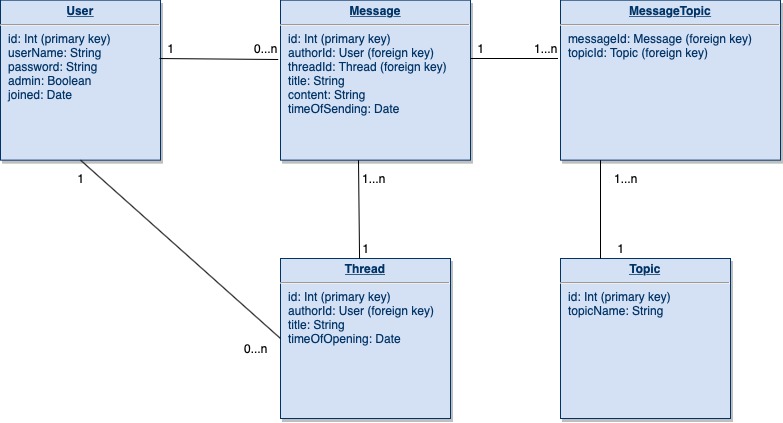
Before: documentation/Tietokantakaavio.png, a diagram exported from draw.io (TommiON/Bulletiini). Source tidied: cells renumbered, new cells last; positions are measured from the earlier drawing's top-left corner, leaving out a move shared by most shapes.
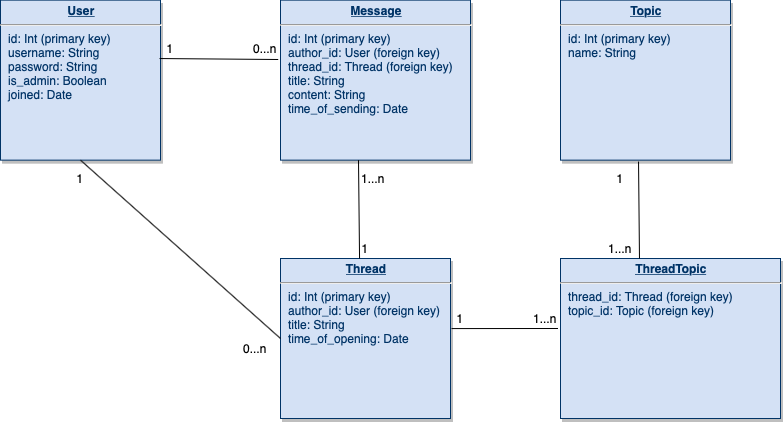
The same file after the commit.

Change to the diagram source:
```diff
@@ -2,22 +2,22 @@
   <root>
     <mxCell id="0" />
     <mxCell id="1" parent="0" />
-    <mxCell id="2" value="&lt;p style=&quot;margin: 0px ; margin-top: 4px ; text-align: center ; text-decoration: underline&quot;&gt;&lt;b&gt;User&lt;/b&gt;&lt;/p&gt;&lt;hr&gt;&lt;p style=&quot;margin: 0px ; margin-left: 8px&quot;&gt;id: Int (primary key)&lt;/p&gt;&lt;p style=&quot;margin: 0px ; margin-left: 8px&quot;&gt;userName: String&lt;/p&gt;&lt;p style=&quot;margin: 0px ; margin-left: 8px&quot;&gt;password: String&lt;/p&gt;&lt;p style=&quot;margin: 0px ; margin-left: 8px&quot;&gt;admin: Boolean&lt;/p&gt;&lt;p style=&quot;margin: 0px ; margin-left: 8px&quot;&gt;joined: Date&lt;/p&gt;" style="verticalAlign=top;align=left;overflow=fill;fontSize=12;fontFamily=Helvetica;html=1;strokeColor=#003366;shadow=1;fillColor=#D4E1F5;fontColor=#003366;" parent="1" vertex="1">
+    <mxCell id="2" value="&lt;p style=&quot;margin: 0px ; margin-top: 4px ; text-align: center ; text-decoration: underline&quot;&gt;&lt;b&gt;User&lt;/b&gt;&lt;/p&gt;&lt;hr&gt;&lt;p style=&quot;margin: 0px ; margin-left: 8px&quot;&gt;id: Int (primary key)&lt;/p&gt;&lt;p style=&quot;margin: 0px ; margin-left: 8px&quot;&gt;username: String&lt;/p&gt;&lt;p style=&quot;margin: 0px ; margin-left: 8px&quot;&gt;password: String&lt;/p&gt;&lt;p style=&quot;margin: 0px ; margin-left: 8px&quot;&gt;is_admin: Boolean&lt;/p&gt;&lt;p style=&quot;margin: 0px ; margin-left: 8px&quot;&gt;joined: Date&lt;/p&gt;" style="verticalAlign=top;align=left;overflow=fill;fontSize=12;fontFamily=Helvetica;html=1;strokeColor=#003366;shadow=1;fillColor=#D4E1F5;fontColor=#003366;" parent="1" vertex="1">
       <mxGeometry y="-0.4" width="160" height="160" as="geometry" />
     </mxCell>
-    <mxCell id="3" value="&lt;p style=&quot;margin: 0px ; margin-top: 4px ; text-align: center ; text-decoration: underline&quot;&gt;&lt;b&gt;Message&lt;/b&gt;&lt;/p&gt;&lt;hr&gt;&lt;p style=&quot;margin: 0px ; margin-left: 8px&quot;&gt;id: Int (primary key)&lt;/p&gt;&lt;p style=&quot;margin: 0px ; margin-left: 8px&quot;&gt;authorId: User (foreign key)&lt;/p&gt;&lt;p style=&quot;margin: 0px ; margin-left: 8px&quot;&gt;threadId: Thread (foreign key)&lt;br&gt;&lt;/p&gt;&lt;p style=&quot;margin: 0px 0px 0px 8px&quot;&gt;title: String&lt;/p&gt;&lt;p style=&quot;margin: 0px 0px 0px 8px&quot;&gt;content: String&lt;/p&gt;&lt;p style=&quot;margin: 0px 0px 0px 8px&quot;&gt;timeOfSending: Date&lt;/p&gt;" style="verticalAlign=top;align=left;overflow=fill;fontSize=12;fontFamily=Helvetica;html=1;strokeColor=#003366;shadow=1;fillColor=#D4E1F5;fontColor=#003366;" parent="1" vertex="1">
+    <mxCell id="3" value="&lt;p style=&quot;margin: 0px ; margin-top: 4px ; text-align: center ; text-decoration: underline&quot;&gt;&lt;b&gt;Message&lt;/b&gt;&lt;/p&gt;&lt;hr&gt;&lt;p style=&quot;margin: 0px ; margin-left: 8px&quot;&gt;id: Int (primary key)&lt;/p&gt;&lt;p style=&quot;margin: 0px ; margin-left: 8px&quot;&gt;author_id: User (foreign key)&lt;/p&gt;&lt;p style=&quot;margin: 0px ; margin-left: 8px&quot;&gt;thread_id: Thread (foreign key)&lt;br&gt;&lt;/p&gt;&lt;p style=&quot;margin: 0px 0px 0px 8px&quot;&gt;title: String&lt;/p&gt;&lt;p style=&quot;margin: 0px 0px 0px 8px&quot;&gt;content: String&lt;/p&gt;&lt;p style=&quot;margin: 0px 0px 0px 8px&quot;&gt;time_of_sending: Date&lt;/p&gt;" style="verticalAlign=top;align=left;overflow=fill;fontSize=12;fontFamily=Helvetica;html=1;strokeColor=#003366;shadow=1;fillColor=#D4E1F5;fontColor=#003366;" parent="1" vertex="1">
       <mxGeometry x="280" y="-0.4" width="190" height="160" as="geometry" />
     </mxCell>
     <mxCell id="4" style="endArrow=none;html=1;entryX=-0.012;entryY=0.371;entryDx=0;entryDy=0;entryPerimeter=0;exitX=0.994;exitY=0.365;exitDx=0;exitDy=0;exitPerimeter=0;" parent="1" edge="1" source="2" target="3">
       <mxGeometry relative="1" as="geometry" />
     </mxCell>
-    <mxCell id="5" value="&lt;p style=&quot;margin: 0px ; margin-top: 4px ; text-align: center ; text-decoration: underline&quot;&gt;&lt;b&gt;Topic&lt;/b&gt;&lt;/p&gt;&lt;hr&gt;&lt;p style=&quot;margin: 0px ; margin-left: 8px&quot;&gt;id: Int (primary key)&lt;/p&gt;&lt;p style=&quot;margin: 0px ; margin-left: 8px&quot;&gt;topicName: String&lt;/p&gt;" style="verticalAlign=top;align=left;overflow=fill;fontSize=12;fontFamily=Helvetica;html=1;strokeColor=#003366;shadow=1;fillColor=#D4E1F5;fontColor=#003366;" parent="1" vertex="1">
-      <mxGeometry x="560" y="258" width="170" height="160" as="geometry" />
+    <mxCell id="5" value="&lt;p style=&quot;margin: 0px ; margin-top: 4px ; text-align: center ; text-decoration: underline&quot;&gt;&lt;b&gt;Topic&lt;/b&gt;&lt;/p&gt;&lt;hr&gt;&lt;p style=&quot;margin: 0px ; margin-left: 8px&quot;&gt;id: Int (primary key)&lt;/p&gt;&lt;p style=&quot;margin: 0px ; margin-left: 8px&quot;&gt;name: String&lt;/p&gt;" style="verticalAlign=top;align=left;overflow=fill;fontSize=12;fontFamily=Helvetica;html=1;strokeColor=#003366;shadow=1;fillColor=#D4E1F5;fontColor=#003366;" parent="1" vertex="1">
+      <mxGeometry x="560" y="-0.4" width="170" height="160" as="geometry" />
     </mxCell>
-    <mxCell id="6" value="&lt;p style=&quot;margin: 0px ; margin-top: 4px ; text-align: center ; text-decoration: underline&quot;&gt;&lt;b&gt;Message&lt;/b&gt;&lt;b&gt;Topic&lt;/b&gt;&lt;/p&gt;&lt;hr&gt;&lt;p style=&quot;margin: 0px ; margin-left: 8px&quot;&gt;messageId: Message (foreign key)&lt;br&gt;&lt;/p&gt;&lt;p style=&quot;margin: 0px ; margin-left: 8px&quot;&gt;topicId: Topic (foreign key)&lt;/p&gt;" style="verticalAlign=top;align=left;overflow=fill;fontSize=12;fontFamily=Helvetica;html=1;strokeColor=#003366;shadow=1;fillColor=#D4E1F5;fontColor=#003366;" parent="1" vertex="1">
-      <mxGeometry x="560" y="-0.4" width="220" height="160" as="geometry" />
+    <mxCell id="6" value="&lt;p style=&quot;margin: 0px ; margin-top: 4px ; text-align: center ; text-decoration: underline&quot;&gt;&lt;b&gt;ThreadTopic&lt;/b&gt;&lt;/p&gt;&lt;hr&gt;&lt;p style=&quot;margin: 0px ; margin-left: 8px&quot;&gt;thread_id: Thread (foreign key)&lt;br&gt;&lt;/p&gt;&lt;p style=&quot;margin: 0px ; margin-left: 8px&quot;&gt;topic_id: Topic (foreign key)&lt;/p&gt;" style="verticalAlign=top;align=left;overflow=fill;fontSize=12;fontFamily=Helvetica;html=1;strokeColor=#003366;shadow=1;fillColor=#D4E1F5;fontColor=#003366;" parent="1" vertex="1">
+      <mxGeometry x="560" y="258" width="220" height="160" as="geometry" />
     </mxCell>
-    <mxCell id="7" value="&lt;p style=&quot;margin: 0px ; margin-top: 4px ; text-align: center ; text-decoration: underline&quot;&gt;&lt;b&gt;Thread&lt;/b&gt;&lt;/p&gt;&lt;hr&gt;&lt;p style=&quot;margin: 0px ; margin-left: 8px&quot;&gt;id: Int (primary key)&lt;/p&gt;&lt;p style=&quot;margin: 0px ; margin-left: 8px&quot;&gt;authorId: User (foreign key)&lt;/p&gt;&lt;p style=&quot;margin: 0px ; margin-left: 8px&quot;&gt;title: String&lt;/p&gt;&lt;p style=&quot;margin: 0px ; margin-left: 8px&quot;&gt;timeOfOpening: Date&lt;/p&gt;" style="verticalAlign=top;align=left;overflow=fill;fontSize=12;fontFamily=Helvetica;html=1;strokeColor=#003366;shadow=1;fillColor=#D4E1F5;fontColor=#003366;" parent="1" vertex="1">
+    <mxCell id="7" value="&lt;p style=&quot;margin: 0px ; margin-top: 4px ; text-align: center ; text-decoration: underline&quot;&gt;&lt;b&gt;Thread&lt;/b&gt;&lt;/p&gt;&lt;hr&gt;&lt;p style=&quot;margin: 0px ; margin-left: 8px&quot;&gt;id: Int (primary key)&lt;/p&gt;&lt;p style=&quot;margin: 0px ; margin-left: 8px&quot;&gt;author_id: User (foreign key)&lt;/p&gt;&lt;p style=&quot;margin: 0px ; margin-left: 8px&quot;&gt;title: String&lt;/p&gt;&lt;p style=&quot;margin: 0px ; margin-left: 8px&quot;&gt;time_of_opening: Date&lt;/p&gt;" style="verticalAlign=top;align=left;overflow=fill;fontSize=12;fontFamily=Helvetica;html=1;strokeColor=#003366;shadow=1;fillColor=#D4E1F5;fontColor=#003366;" parent="1" vertex="1">
       <mxGeometry x="280" y="258" width="170" height="160" as="geometry" />
     </mxCell>
     <mxCell id="8" value="1" style="text;html=1;strokeColor=none;fillColor=none;align=center;verticalAlign=middle;whiteSpace=wrap;rounded=0;" parent="1" vertex="1">
@@ -26,26 +26,18 @@
     <mxCell id="9" value="0...n" style="text;html=1;strokeColor=none;fillColor=none;align=center;verticalAlign=middle;whiteSpace=wrap;rounded=0;" parent="1" vertex="1">
       <mxGeometry x="240" y="38" width="50" height="20" as="geometry" />
     </mxCell>
-    <mxCell id="10" style="endArrow=none;html=1;entryX=0.75;entryY=1;entryDx=0;entryDy=0;exitX=0.25;exitY=1;exitDx=0;exitDy=0;" parent="1" edge="1" source="12" target="11">
+    <mxCell id="10" style="endArrow=none;html=1;entryX=0.75;entryY=1;entryDx=0;entryDy=0;exitX=1.006;exitY=0.438;exitDx=0;exitDy=0;exitPerimeter=0;" parent="1" edge="1" source="7" target="11">
       <mxGeometry relative="1" as="geometry" />
     </mxCell>
     <mxCell id="11" value="1...n" style="text;html=1;strokeColor=none;fillColor=none;align=center;verticalAlign=middle;whiteSpace=wrap;rounded=0;" parent="1" vertex="1">
-      <mxGeometry x="520" y="38" width="50" height="20" as="geometry" />
+      <mxGeometry x="520" y="308" width="50" height="20" as="geometry" />
     </mxCell>
     <mxCell id="12" value="1" style="text;html=1;strokeColor=none;fillColor=none;align=center;verticalAlign=middle;whiteSpace=wrap;rounded=0;" parent="1" vertex="1">
-      <mxGeometry x="460" y="38" width="40" height="20" as="geometry" />
+      <mxGeometry x="440" y="308" width="40" height="20" as="geometry" />
     </mxCell>
-    <mxCell id="13" style="endArrow=none;html=1;entryX=0;entryY=1;entryDx=0;entryDy=0;" parent="1" edge="1" target="15">
-      <mxGeometry relative="1" as="geometry">
-        <mxPoint x="600" y="159.6" as="sourcePoint" />
-      </mxGeometry>
-    </mxCell>
     <mxCell id="14" value="1...n" style="text;html=1;strokeColor=none;fillColor=none;align=center;verticalAlign=middle;whiteSpace=wrap;rounded=0;" parent="1" vertex="1">
-      <mxGeometry x="600" y="168" width="50" height="20" as="geometry" />
+      <mxGeometry x="595" y="238" width="50" height="20" as="geometry" />
     </mxCell>
-    <mxCell id="15" value="1" style="text;html=1;strokeColor=none;fillColor=none;align=center;verticalAlign=middle;whiteSpace=wrap;rounded=0;" parent="1" vertex="1">
-      <mxGeometry x="600" y="238" width="40" height="20" as="geometry" />
-    </mxCell>
     <mxCell id="16" style="endArrow=none;html=1;entryX=0.465;entryY=0;entryDx=0;entryDy=0;entryPerimeter=0;" parent="1" edge="1" target="7">
       <mxGeometry relative="1" as="geometry">
         <mxPoint x="358" y="159.6" as="sourcePoint" />
@@ -66,5 +58,11 @@
     <mxCell id="21" value="1" style="text;html=1;strokeColor=none;fillColor=none;align=center;verticalAlign=middle;whiteSpace=wrap;rounded=0;" parent="1" vertex="1">
       <mxGeometry x="345" y="238" width="40" height="20" as="geometry" />
     </mxCell>
+    <mxCell id="15" value="1" style="text;html=1;strokeColor=none;fillColor=none;align=center;verticalAlign=middle;whiteSpace=wrap;rounded=0;" parent="1" vertex="1">
+      <mxGeometry x="600" y="168" width="40" height="20" as="geometry" />
+    </mxCell>
+    <mxCell id="22" style="endArrow=none;html=1;entryX=0.359;entryY=0;entryDx=0;entryDy=0;entryPerimeter=0;exitX=0.459;exitY=1.009;exitDx=0;exitDy=0;exitPerimeter=0;" parent="1" edge="1" source="5" target="6">
+      <mxGeometry relative="1" as="geometry" />
+    </mxCell>
   </root>
 </mxGraphModel>
```
